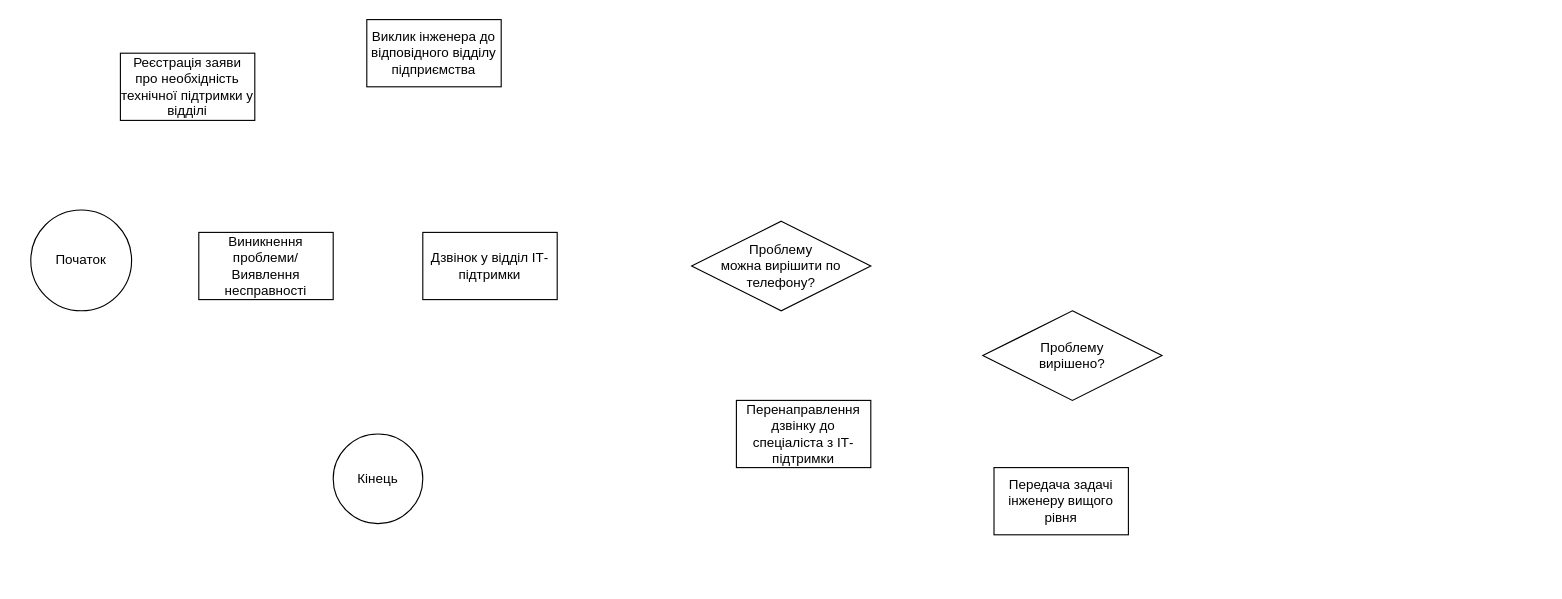
Earlier version of the draw.io diagram Administrating Personal Diagram.drawio (Shylo-Ivan-MIT/diagrams). Source tidied: cells renumbered, new cells numbered last; positions are measured from the earlier drawing's top-left corner, leaving out a move shared by most shapes. Both pictures are drawn from the tidied source at 112%, with x=0, y=0 at pixel (30, 19).
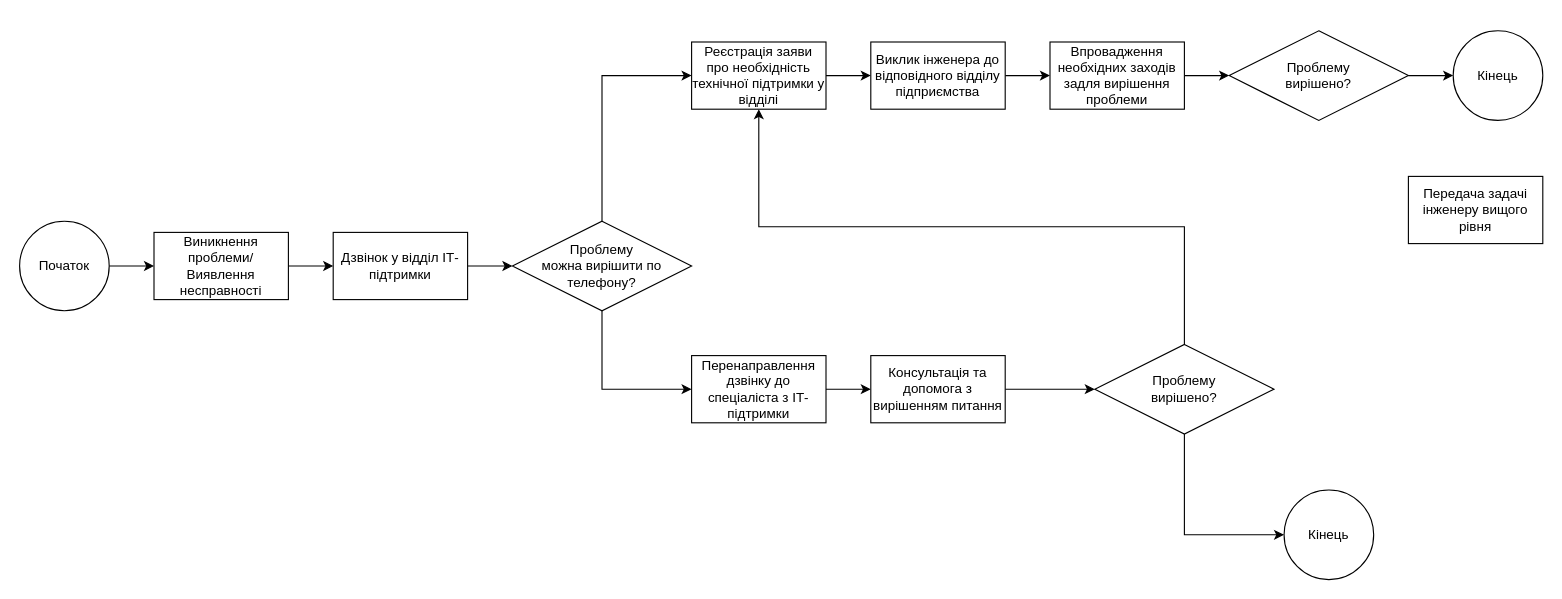
Above is the later version.

What changed in the source:
```diff
@@
+    <mxCell id="12" style="edgeStyle=orthogonalEdgeStyle;rounded=0;jettySize=auto;html=1;exitX=1;exitY=0.5;exitDx=0;exitDy=0;entryX=0;entryY=0.5;entryDx=0;entryDy=0;" parent="1" edge="1" source="2" target="4">
+      <mxGeometry relative="1" as="geometry" />
+    </mxCell>
     <mxCell id="2" value="Початок" style="ellipse;whiteSpace=wrap;html=1;" parent="1" vertex="1">
-      <mxGeometry y="170" width="90" height="90" as="geometry" />
+      <mxGeometry x="-10" y="180" width="80" height="80" as="geometry" />
     </mxCell>
     <mxCell id="3" value="Кінець" style="ellipse;whiteSpace=wrap;html=1;" parent="1" vertex="1">
-      <mxGeometry x="270" y="370" width="80" height="80" as="geometry" />
+      <mxGeometry x="1119" y="420" width="80" height="80" as="geometry" />
     </mxCell>
+    <mxCell id="13" style="edgeStyle=orthogonalEdgeStyle;rounded=0;jettySize=auto;html=1;exitX=1;exitY=0.5;exitDx=0;exitDy=0;entryX=0;entryY=0.5;entryDx=0;entryDy=0;" parent="1" edge="1" source="4" target="5">
+      <mxGeometry relative="1" as="geometry" />
+    </mxCell>
     <mxCell id="4" value="Виникнення проблеми/Виявлення несправності" style="rounded=0;whiteSpace=wrap;html=1;" parent="1" vertex="1">
-      <mxGeometry x="150" y="190" width="120" height="60" as="geometry" />
+      <mxGeometry x="110" y="190" width="120" height="60" as="geometry" />
     </mxCell>
+    <mxCell id="14" style="edgeStyle=orthogonalEdgeStyle;rounded=0;jettySize=auto;html=1;exitX=1;exitY=0.5;exitDx=0;exitDy=0;entryX=0;entryY=0.5;entryDx=0;entryDy=0;" parent="1" edge="1" source="5" target="6">
+      <mxGeometry relative="1" as="geometry" />
+    </mxCell>
     <mxCell id="5" value="Дзвінок у відділ ІТ-підтримки" style="rounded=0;whiteSpace=wrap;html=1;" parent="1" vertex="1">
-      <mxGeometry x="350" y="190" width="120" height="60" as="geometry" />
+      <mxGeometry x="270" y="190" width="120" height="60" as="geometry" />
     </mxCell>
+    <mxCell id="15" style="edgeStyle=orthogonalEdgeStyle;rounded=0;jettySize=auto;html=1;exitX=0.5;exitY=1;exitDx=0;exitDy=0;entryX=0;entryY=0.5;entryDx=0;entryDy=0;" parent="1" edge="1" source="6" target="7">
+      <mxGeometry relative="1" as="geometry" />
+    </mxCell>
+    <mxCell id="16" style="edgeStyle=orthogonalEdgeStyle;rounded=0;jettySize=auto;html=1;exitX=0.5;exitY=0;exitDx=0;exitDy=0;entryX=0;entryY=0.5;entryDx=0;entryDy=0;" parent="1" edge="1" source="6" target="11">
+      <mxGeometry relative="1" as="geometry" />
+    </mxCell>
     <mxCell id="6" value="Проблему &lt;br&gt;можна вирішити по телефону?" style="rhombus;whiteSpace=wrap;html=1;" parent="1" vertex="1">
-      <mxGeometry x="590" y="180" width="160" height="80" as="geometry" />
+      <mxGeometry x="430" y="180" width="160" height="80" as="geometry" />
     </mxCell>
+    <mxCell id="17" style="edgeStyle=orthogonalEdgeStyle;rounded=0;jettySize=auto;html=1;exitX=1;exitY=0.5;exitDx=0;exitDy=0;entryX=0;entryY=0.5;entryDx=0;entryDy=0;" parent="1" edge="1" source="7" target="23">
+      <mxGeometry relative="1" as="geometry" />
+    </mxCell>
     <mxCell id="7" value="Перенаправлення дзвінку до спеціаліста з ІТ-підтримки" style="rounded=0;whiteSpace=wrap;html=1;" parent="1" vertex="1">
-      <mxGeometry x="630" y="340" width="120" height="60" as="geometry" />
+      <mxGeometry x="590" y="300" width="120" height="60" as="geometry" />
     </mxCell>
+    <mxCell id="18" style="edgeStyle=orthogonalEdgeStyle;rounded=0;jettySize=auto;html=1;exitX=0.5;exitY=0;exitDx=0;exitDy=0;entryX=0.5;entryY=1;entryDx=0;entryDy=0;" parent="1" edge="1" source="8" target="11">
+      <mxGeometry relative="1" as="geometry" />
+    </mxCell>
+    <mxCell id="19" style="edgeStyle=orthogonalEdgeStyle;rounded=0;jettySize=auto;html=1;exitX=0.5;exitY=1;exitDx=0;exitDy=0;entryX=0;entryY=0.5;entryDx=0;entryDy=0;" parent="1" edge="1" source="8" target="3">
+      <mxGeometry relative="1" as="geometry" />
+    </mxCell>
     <mxCell id="8" value="Проблему &lt;br&gt;вирішено?" style="rhombus;whiteSpace=wrap;html=1;" parent="1" vertex="1">
-      <mxGeometry x="850" y="260" width="160" height="80" as="geometry" />
+      <mxGeometry x="950" y="290" width="160" height="80" as="geometry" />
     </mxCell>
     <mxCell id="9" value="Передача задачі інженеру вищого рівня" style="rounded=0;whiteSpace=wrap;html=1;" parent="1" vertex="1">
-      <mxGeometry x="860" y="400" width="120" height="60" as="geometry" />
+      <mxGeometry x="1230" y="140" width="120" height="60" as="geometry" />
     </mxCell>
+    <mxCell id="20" style="edgeStyle=orthogonalEdgeStyle;rounded=0;jettySize=auto;html=1;exitX=1;exitY=0.5;exitDx=0;exitDy=0;entryX=0;entryY=0.5;entryDx=0;entryDy=0;" parent="1" edge="1" source="10" target="27">
+      <mxGeometry relative="1" as="geometry" />
+    </mxCell>
     <mxCell id="10" value="Виклик інженера до відповідного відділу підприємства" style="rounded=0;whiteSpace=wrap;html=1;" parent="1" vertex="1">
-      <mxGeometry x="300" width="120" height="60" as="geometry" />
+      <mxGeometry x="750" y="20" width="120" height="60" as="geometry" />
     </mxCell>
+    <mxCell id="21" style="edgeStyle=orthogonalEdgeStyle;rounded=0;jettySize=auto;html=1;exitX=1;exitY=0.5;exitDx=0;exitDy=0;entryX=0;entryY=0.5;entryDx=0;entryDy=0;" parent="1" edge="1" source="11" target="10">
+      <mxGeometry relative="1" as="geometry" />
+    </mxCell>
     <mxCell id="11" value="Реєстрація заяви про необхідність технічної підтримки у відділі" style="rounded=0;whiteSpace=wrap;html=1;" parent="1" vertex="1">
-      <mxGeometry x="80" y="30" width="120" height="60" as="geometry" />
+      <mxGeometry x="590" y="20" width="120" height="60" as="geometry" />
     </mxCell>
+    <mxCell id="22" style="edgeStyle=orthogonalEdgeStyle;rounded=0;jettySize=auto;html=1;exitX=1;exitY=0.5;exitDx=0;exitDy=0;entryX=0;entryY=0.5;entryDx=0;entryDy=0;" parent="1" edge="1" source="23" target="8">
+      <mxGeometry relative="1" as="geometry" />
+    </mxCell>
+    <mxCell id="23" value="Консультація та допомога з вирішенням питання" style="rounded=0;whiteSpace=wrap;html=1;" parent="1" vertex="1">
+      <mxGeometry x="750" y="300" width="120" height="60" as="geometry" />
+    </mxCell>
+    <mxCell id="24" style="edgeStyle=orthogonalEdgeStyle;rounded=0;jettySize=auto;html=1;exitX=1;exitY=0.5;exitDx=0;exitDy=0;entryX=0;entryY=0.5;entryDx=0;entryDy=0;" parent="1" edge="1" source="25" target="28">
+      <mxGeometry relative="1" as="geometry" />
+    </mxCell>
+    <mxCell id="25" value="Проблему &lt;br&gt;вирішено?" style="rhombus;whiteSpace=wrap;html=1;" parent="1" vertex="1">
+      <mxGeometry x="1070" y="10" width="160" height="80" as="geometry" />
+    </mxCell>
+    <mxCell id="26" style="edgeStyle=orthogonalEdgeStyle;rounded=0;jettySize=auto;html=1;exitX=1;exitY=0.5;exitDx=0;exitDy=0;entryX=0;entryY=0.5;entryDx=0;entryDy=0;" parent="1" edge="1" source="27" target="25">
+      <mxGeometry relative="1" as="geometry" />
+    </mxCell>
+    <mxCell id="27" value="Впровадження необхідних заходів задля вирішення проблеми" style="rounded=0;whiteSpace=wrap;html=1;" parent="1" vertex="1">
+      <mxGeometry x="910" y="20" width="120" height="60" as="geometry" />
+    </mxCell>
+    <mxCell id="28" value="Кінець" style="ellipse;whiteSpace=wrap;html=1;" parent="1" vertex="1">
+      <mxGeometry x="1270" y="10" width="80" height="80" as="geometry" />
+    </mxCell>
```
